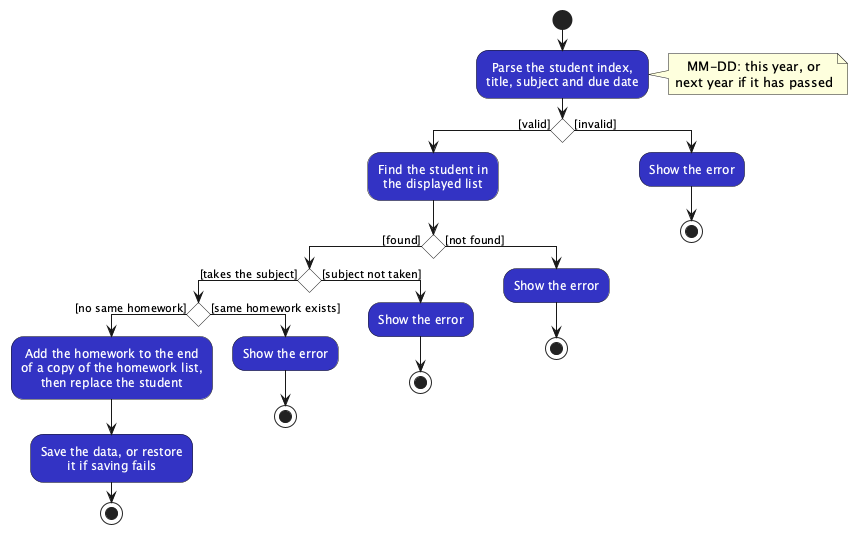
AY2627S1-CS2103-F12-1/tp keeps this PlantUML diagram as docs/images/HomeworkAddActivityDiagram.png. Above is the earlier version.
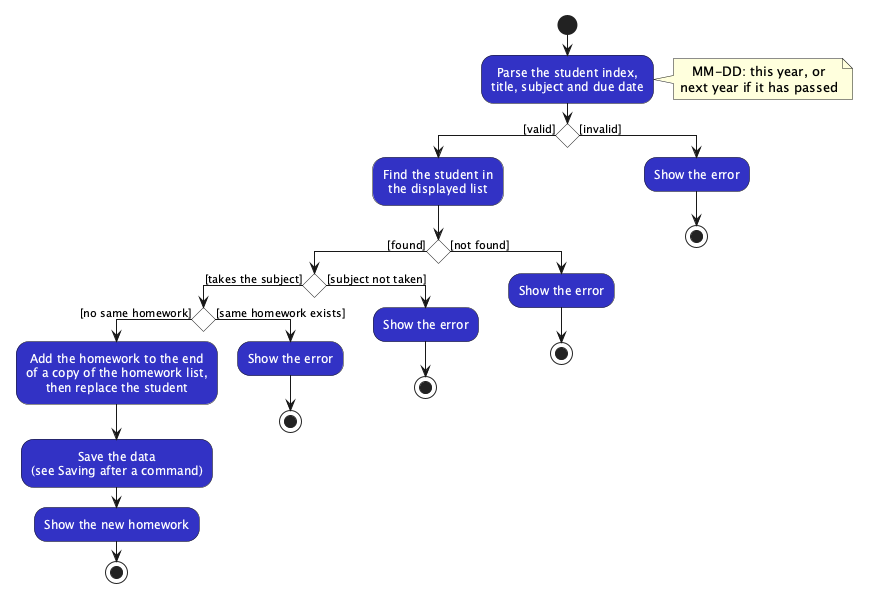
After the commit.

Commit message:
DG: Correct notation in the homework diagrams

Change to the diagram source:
```diff
@@ -22,8 +22,9 @@
         :Add the homework to the end
         of a copy of the homework list,
         then replace the student;
-        :Save the data, or restore
-        it if saving fails;
+        :Save the data
+        (see Saving after a command);
+        :Show the new homework;
         stop
       else ([same homework exists])
         :Show the error;
```
